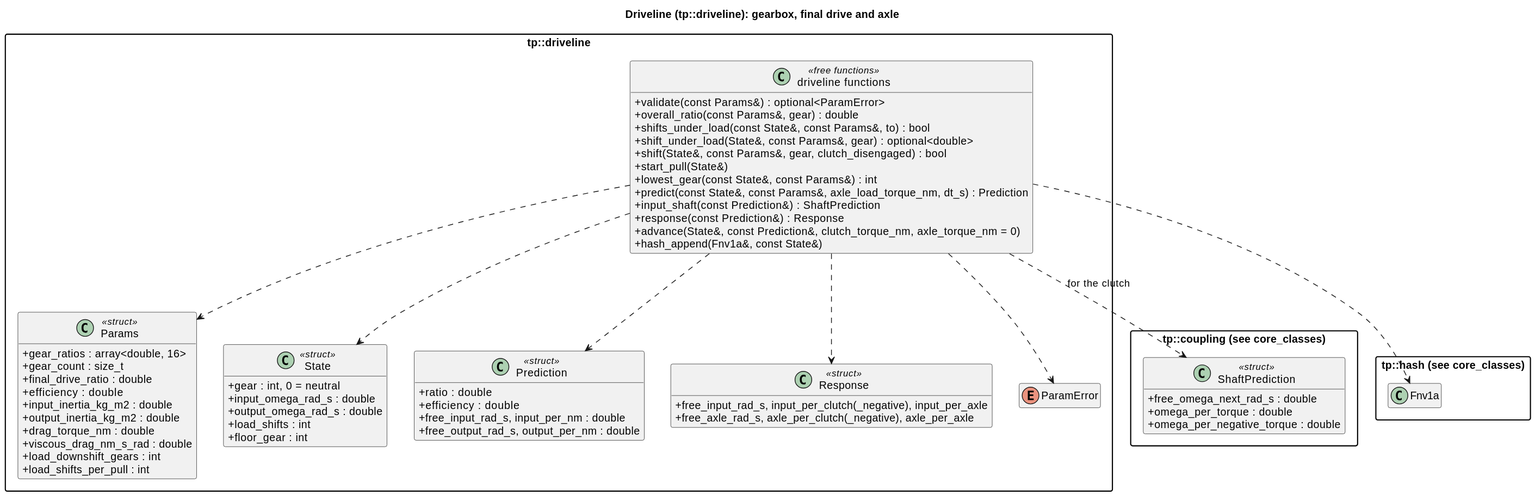
Before: docs/diagrams/svg/driveline_classes.svg, a diagram exported from PlantUML (wversteeg/TractorPulling).
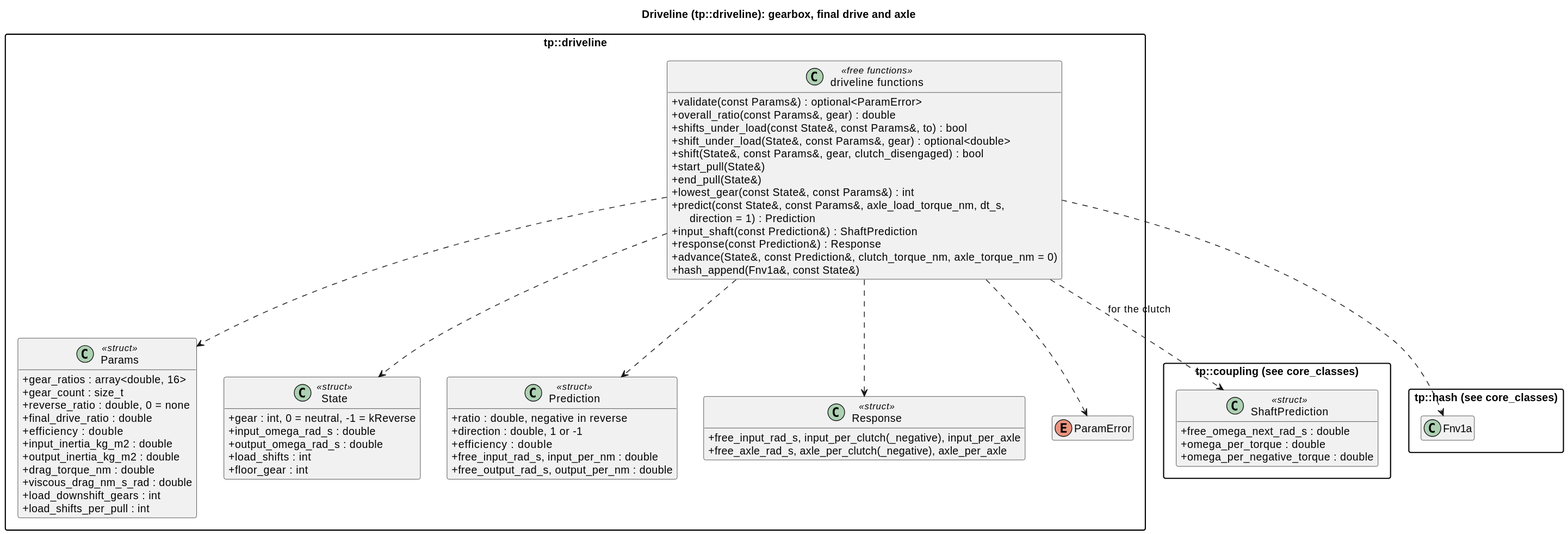
After the change.

Diff of the diagram source:
```diff
@@ -19,6 +19,7 @@
   class Params <<struct>> {
     +gear_ratios : array<double, 16>
     +gear_count : size_t
+    +reverse_ratio : double, 0 = none
     +final_drive_ratio : double
     +efficiency : double
     +input_inertia_kg_m2 : double
@@ -29,14 +30,15 @@
     +load_shifts_per_pull : int
   }
   class State <<struct>> {
-    +gear : int, 0 = neutral
+    +gear : int, 0 = neutral, -1 = kReverse
     +input_omega_rad_s : double
     +output_omega_rad_s : double
     +load_shifts : int
     +floor_gear : int
   }
   class Prediction <<struct>> {
-    +ratio : double
+    +ratio : double, negative in reverse
+    +direction : double, 1 or -1
     +efficiency : double
     +free_input_rad_s, input_per_nm : double
     +free_output_rad_s, output_per_nm : double
@@ -53,8 +55,9 @@
     +shift_under_load(State&, const Params&, gear) : optional<double>
     +shift(State&, const Params&, gear, clutch_disengaged) : bool
     +start_pull(State&)
+    +end_pull(State&)
     +lowest_gear(const State&, const Params&) : int
-    +predict(const State&, const Params&, axle_load_torque_nm, dt_s) : Prediction
+    +predict(const State&, const Params&, axle_load_torque_nm, dt_s,\n      direction = 1) : Prediction
     +input_shaft(const Prediction&) : ShaftPrediction
     +response(const Prediction&) : Response
     +advance(State&, const Prediction&, clutch_torque_nm, axle_torque_nm = 0)
```
